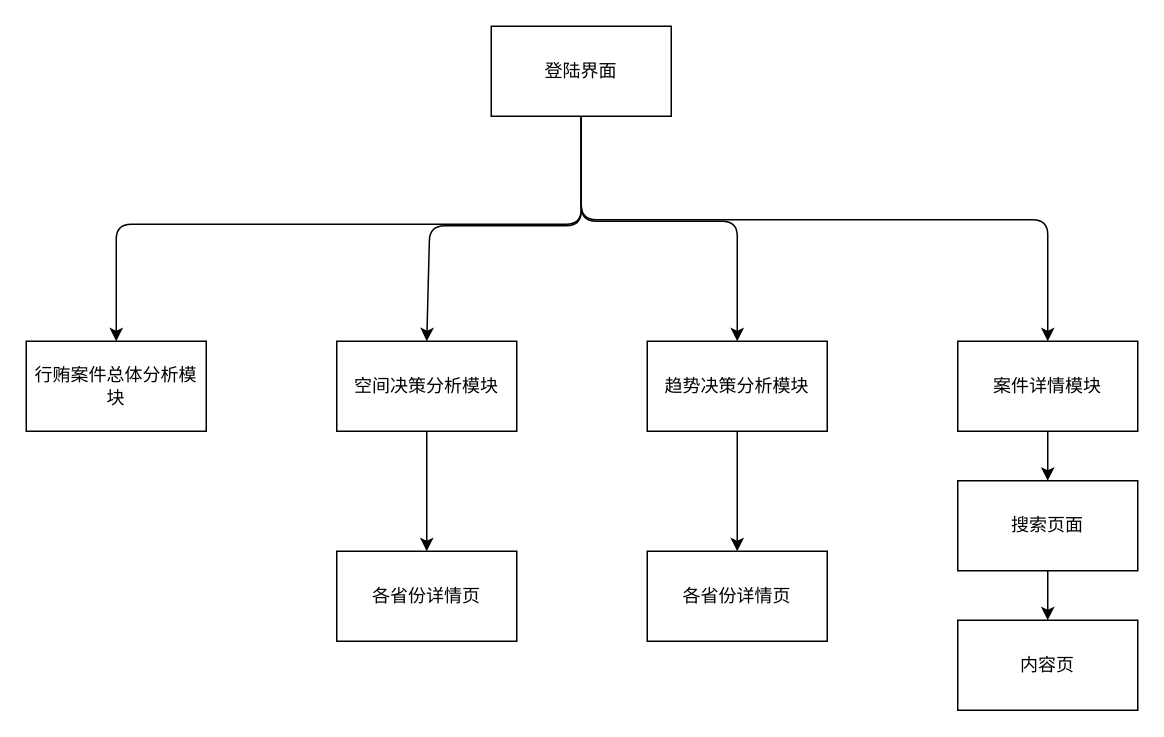
The draw.io diagram 功能.drawio in Fight4Me/-, before the edit. Source tidied: cells renumbered, new cells numbered last; positions are measured from the earlier drawing's top-left corner, leaving out a move shared by most shapes. Both pictures are drawn from the tidied source at 150%, with x=0, y=0 at pixel (26, 26).
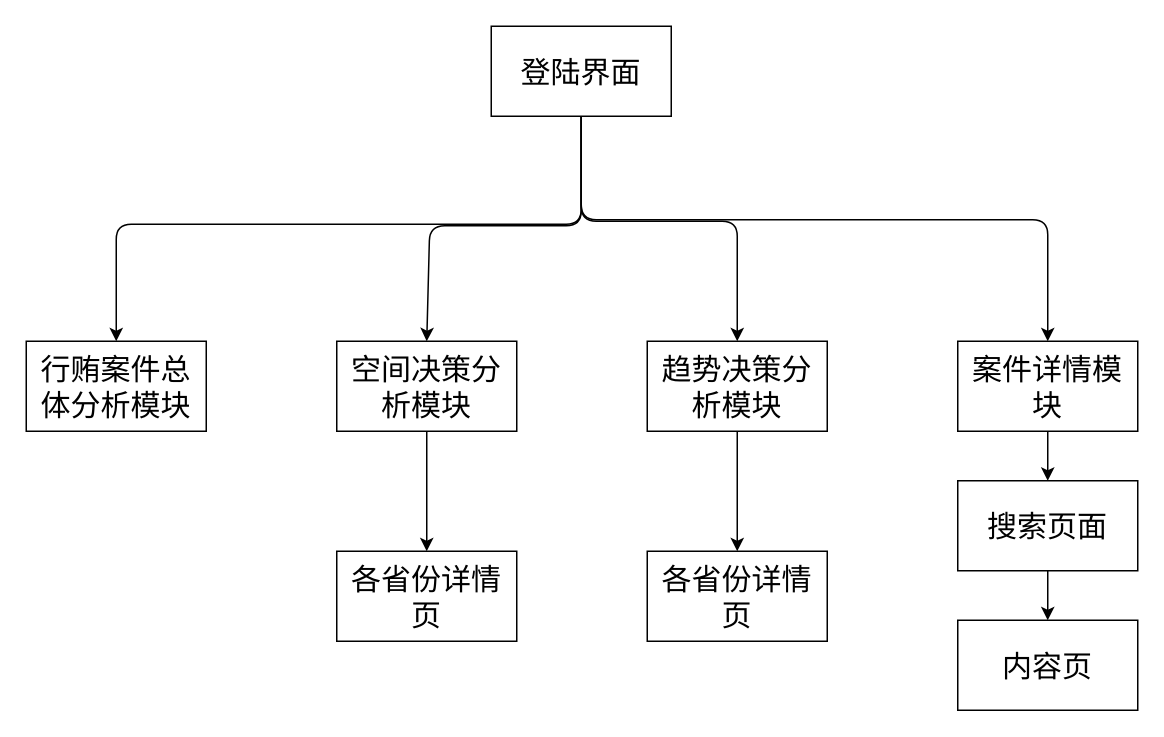
After the change.

What changed in the source:
```diff
@@
-    <mxCell id="2" value="登陆界面" style="rounded=0;whiteSpace=wrap;html=1;" parent="1" vertex="1">
+    <mxCell id="2" value="&lt;font style=&quot;font-size: 20px&quot;&gt;登陆界面&lt;/font&gt;" style="rounded=0;whiteSpace=wrap;html=1;" parent="1" vertex="1">
       <mxGeometry x="310" width="120" height="60" as="geometry" />
     </mxCell>
-    <mxCell id="3" value="&lt;span&gt;行贿案件总体分析模块&lt;/span&gt;" style="rounded=0;whiteSpace=wrap;html=1;" parent="1" vertex="1">
+    <mxCell id="3" value="&lt;span&gt;&lt;font style=&quot;font-size: 20px&quot;&gt;行贿案件总体分析模块&lt;/font&gt;&lt;/span&gt;" style="rounded=0;whiteSpace=wrap;html=1;" parent="1" vertex="1">
       <mxGeometry y="210" width="120" height="60" as="geometry" />
     </mxCell>
@@
-    <mxCell id="5" value="&lt;span&gt;空间决策分析模块&lt;/span&gt;" style="rounded=0;whiteSpace=wrap;html=1;" parent="1" vertex="1">
+    <mxCell id="5" value="&lt;span&gt;&lt;font style=&quot;font-size: 20px&quot;&gt;空间决策分析模块&lt;/font&gt;&lt;/span&gt;" style="rounded=0;whiteSpace=wrap;html=1;" parent="1" vertex="1">
       <mxGeometry x="207" y="210" width="120" height="60" as="geometry" />
     </mxCell>
-    <mxCell id="6" value="&lt;span&gt;各省份详情页&lt;/span&gt;" style="rounded=0;whiteSpace=wrap;html=1;" parent="1" vertex="1">
+    <mxCell id="6" value="&lt;span&gt;&lt;font style=&quot;font-size: 20px&quot;&gt;各省份详情页&lt;/font&gt;&lt;/span&gt;" style="rounded=0;whiteSpace=wrap;html=1;" parent="1" vertex="1">
       <mxGeometry x="207" y="350" width="120" height="60" as="geometry" />
     </mxCell>
@@
-    <mxCell id="8" value="&lt;span&gt;趋势决策分析模块&lt;/span&gt;" style="rounded=0;whiteSpace=wrap;html=1;" parent="1" vertex="1">
+    <mxCell id="8" value="&lt;span&gt;&lt;font style=&quot;font-size: 20px&quot;&gt;趋势决策分析模块&lt;/font&gt;&lt;/span&gt;" style="rounded=0;whiteSpace=wrap;html=1;" parent="1" vertex="1">
       <mxGeometry x="414" y="210" width="120" height="60" as="geometry" />
     </mxCell>
-    <mxCell id="9" value="&lt;span&gt;各省份详情页&lt;/span&gt;" style="rounded=0;whiteSpace=wrap;html=1;" parent="1" vertex="1">
+    <mxCell id="9" value="&lt;span&gt;&lt;font style=&quot;font-size: 20px&quot;&gt;各省份详情页&lt;/font&gt;&lt;/span&gt;" style="rounded=0;whiteSpace=wrap;html=1;" parent="1" vertex="1">
       <mxGeometry x="414" y="350" width="120" height="60" as="geometry" />
     </mxCell>
@@
-    <mxCell id="11" value="&lt;span&gt;案件详情模块&lt;/span&gt;" style="rounded=0;whiteSpace=wrap;html=1;" parent="1" vertex="1">
+    <mxCell id="11" value="&lt;span&gt;&lt;font style=&quot;font-size: 20px&quot;&gt;案件详情模块&lt;/font&gt;&lt;/span&gt;" style="rounded=0;whiteSpace=wrap;html=1;" parent="1" vertex="1">
       <mxGeometry x="621" y="210" width="120" height="60" as="geometry" />
     </mxCell>
@@
-    <mxCell id="13" value="&lt;span&gt;搜索页面&lt;/span&gt;" style="rounded=0;whiteSpace=wrap;html=1;" parent="1" vertex="1">
+    <mxCell id="13" value="&lt;span&gt;&lt;font style=&quot;font-size: 20px&quot;&gt;搜索页面&lt;/font&gt;&lt;/span&gt;" style="rounded=0;whiteSpace=wrap;html=1;" parent="1" vertex="1">
       <mxGeometry x="621" y="303" width="120" height="60" as="geometry" />
     </mxCell>
-    <mxCell id="14" value="&lt;span&gt;内容页&lt;/span&gt;" style="rounded=0;whiteSpace=wrap;html=1;" parent="1" vertex="1">
+    <mxCell id="14" value="&lt;span&gt;&lt;font style=&quot;font-size: 20px&quot;&gt;内容页&lt;/font&gt;&lt;/span&gt;" style="rounded=0;whiteSpace=wrap;html=1;" parent="1" vertex="1">
       <mxGeometry x="621" y="396" width="120" height="60" as="geometry" />
     </mxCell>
```
